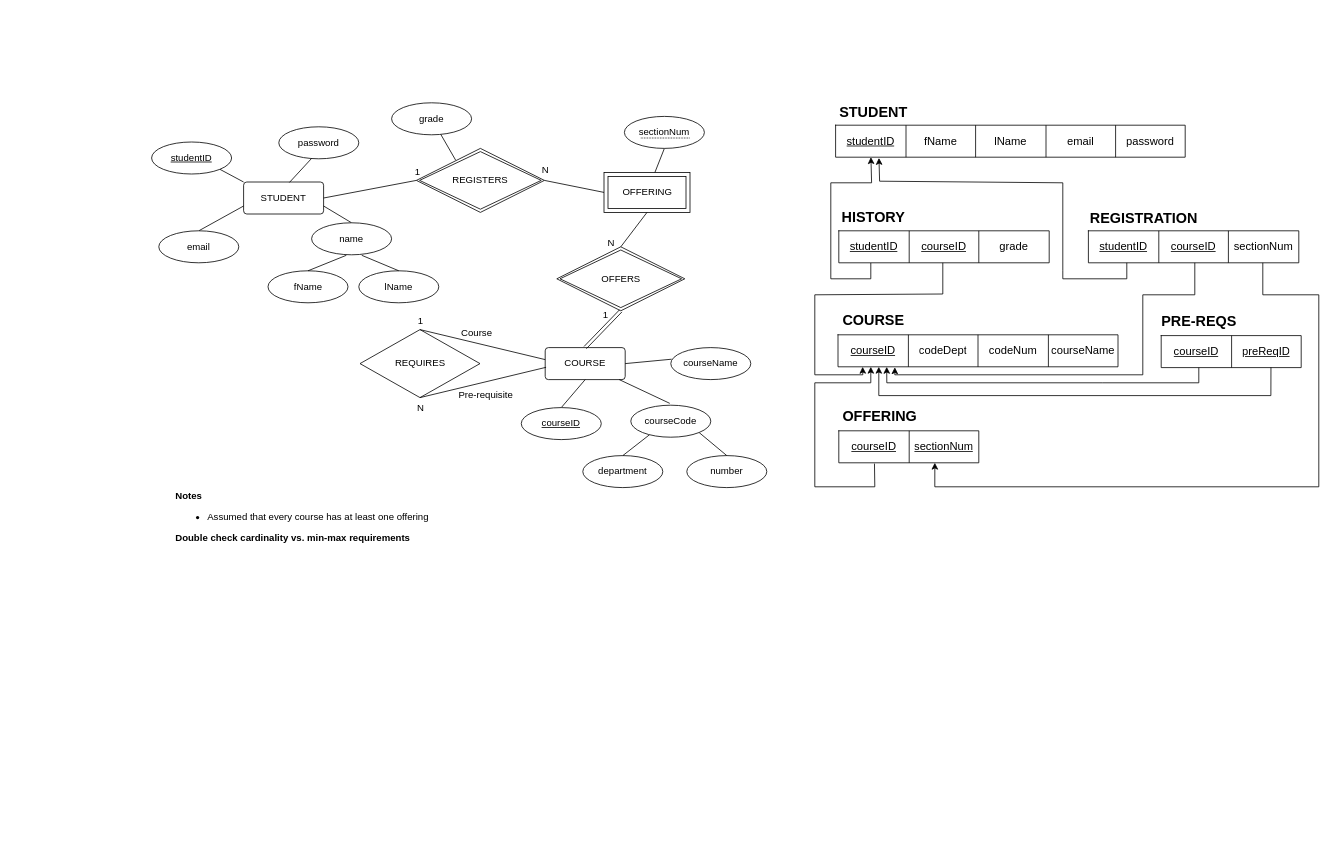
The draw.io diagram db_diagrams/eer_and_schema_relations.drawio in folkg/student-registration-app, before the edit. Source tidied: cells renumbered, new cells numbered last; positions are measured from the earlier drawing's top-left corner, leaving out a move shared by most shapes. Both pictures are drawn from the tidied source at 80%, with x=0, y=0 at pixel (151, 94).
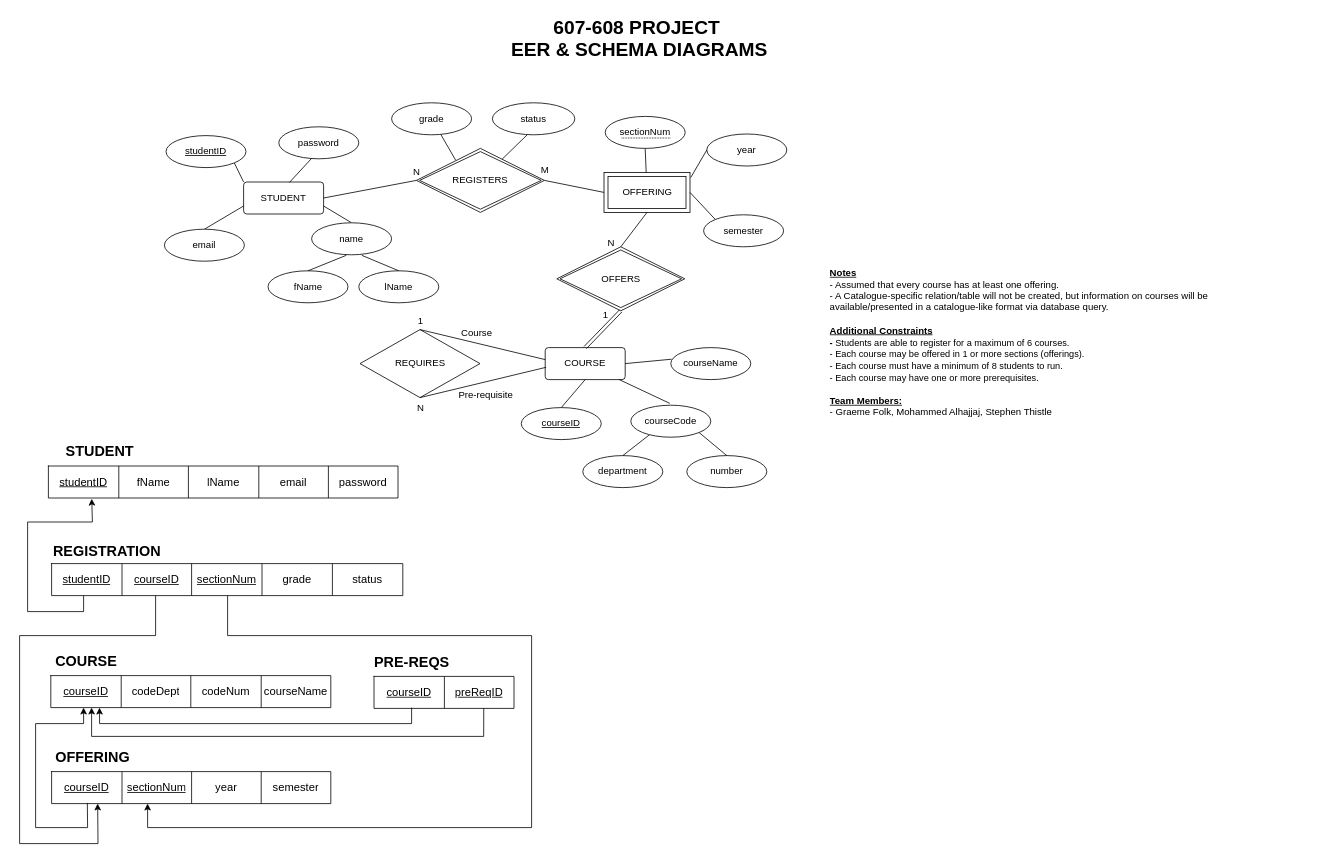
The same diagram, later.

Commit message (it also covers changes not shown here):
added updated eer and schema diagrams

The change refers to these unchanged cells:
```xml
<mxCell id="16" value="OFFERING" style="shape=ext;margin=3;double=1;whiteSpace=wrap;html=1;align=center;" parent="1" vertex="1">
  <mxGeometry x="565.5" y="97" width="107.5" height="50" as="geometry" />
</mxCell>
<mxCell id="35" value="REGISTERS" style="shape=rhombus;double=1;perimeter=rhombusPerimeter;whiteSpace=wrap;html=1;align=center;" parent="1" vertex="1">
  <mxGeometry x="331" y="67" width="160" height="80" as="geometry" />
</mxCell>
<mxCell id="44" style="shape=tableRow;horizontal=0;startSize=0;swimlaneHead=0;swimlaneBody=0;top=0;left=0;bottom=0;right=0;fillColor=none;points=[[0,0.5],[1,0.5]];portConstraint=eastwest;fontSize=14;" parent="43" vertex="1">
  <mxGeometry width="437" height="40" as="geometry" />
</mxCell>
<mxCell id="69" style="shape=tableRow;horizontal=0;startSize=0;swimlaneHead=0;swimlaneBody=0;top=0;left=0;bottom=0;right=0;fillColor=none;points=[[0,0.5],[1,0.5]];portConstraint=eastwest;fontSize=14;" parent="68" vertex="1">
  <mxGeometry width="350" height="40" as="geometry" />
</mxCell>
<mxCell id="86" style="shape=tableRow;horizontal=0;startSize=0;swimlaneHead=0;swimlaneBody=0;top=0;left=0;bottom=0;right=0;fillColor=none;points=[[0,0.5],[1,0.5]];portConstraint=eastwest;fontSize=14;" parent="85" vertex="1">
  <mxGeometry width="175" height="40" as="geometry" />
</mxCell>
```

Change to the diagram source:
```diff
@@
-    <mxCell id="2" value="&lt;div&gt;&lt;b&gt;Notes&lt;/b&gt;&lt;/div&gt;&lt;ul&gt;&lt;li&gt;Assumed that every course has at least one offering&lt;/li&gt;&lt;/ul&gt;&lt;div&gt;&lt;b&gt;Double&amp;nbsp;check cardinality vs. min-max requirements&lt;/b&gt;&lt;/div&gt;&lt;div&gt;&lt;br&gt;&lt;/div&gt;&lt;div&gt;&lt;br&gt;&lt;/div&gt;" style="text;strokeColor=none;fillColor=none;html=1;whiteSpace=wrap;verticalAlign=middle;overflow=hidden;" parent="1" vertex="1">
-      <mxGeometry x="28" y="487" width="540" height="110" as="geometry" />
+    <mxCell id="2" value="&lt;div&gt;&lt;b&gt;&lt;u&gt;Notes&lt;/u&gt;&lt;/b&gt;&lt;/div&gt;&lt;div&gt;- Assumed that every course has at least one offering.&lt;/div&gt;&lt;div&gt;- A Catalogue-specific relation/table will not be created, but information on courses will be available/presented in a catal&lt;span style=&quot;white-space: pre;&quot;&gt;ogue-like format via database query.&lt;/span&gt;&lt;/div&gt;&lt;div&gt;&lt;br&gt;&lt;/div&gt;&lt;div&gt;&lt;b&gt;&lt;u&gt;Additional Constraints&lt;/u&gt;&lt;/b&gt;&lt;/div&gt;&lt;div&gt;&lt;span style=&quot;font-size: 11.5px;&quot;&gt;&lt;b&gt;-&amp;nbsp;&lt;/b&gt;Students are able to register for a maximum of 6 courses.&lt;/span&gt;&lt;/div&gt;&lt;div&gt;&lt;span style=&quot;font-size: 11.5px;&quot;&gt;- Each course may be offered in 1 or more sections (offerings).&lt;/span&gt;&lt;/div&gt;&lt;div&gt;&lt;span style=&quot;font-size: 11.5px;&quot;&gt;- Each course must have a minimum of 8 students to run.&lt;/span&gt;&lt;/div&gt;&lt;div&gt;&lt;span style=&quot;font-size: 11.5px;&quot;&gt;- Each course may have one or more prerequisites.&amp;nbsp;&lt;/span&gt;&lt;/div&gt;&lt;div&gt;&lt;br&gt;&lt;/div&gt;&lt;div&gt;&lt;b&gt;&lt;u&gt;Team Members:&lt;/u&gt;&lt;/b&gt;&lt;/div&gt;&lt;div&gt;- Graeme Folk, Mohammed Alhajjaj, Stephen Thistle&lt;/div&gt;" style="text;strokeColor=none;fillColor=none;html=1;whiteSpace=wrap;verticalAlign=middle;overflow=hidden;" parent="1" vertex="1">
+      <mxGeometry x="846" y="200" width="512.5" height="220" as="geometry" />
     </mxCell>
@@
     <mxCell id="9" value="&lt;u&gt;studentID&lt;/u&gt;" style="ellipse;whiteSpace=wrap;html=1;align=center;" parent="1" vertex="1">
-      <mxGeometry y="59" width="100" height="40" as="geometry" />
+      <mxGeometry x="18" y="51" width="100" height="40" as="geometry" />
     </mxCell>
@@
     <mxCell id="11" value="email" style="ellipse;whiteSpace=wrap;html=1;align=center;" parent="1" vertex="1">
-      <mxGeometry x="9" y="170" width="100" height="40" as="geometry" />
+      <mxGeometry x="16" y="168" width="100" height="40" as="geometry" />
     </mxCell>
@@
-    <mxCell id="17" value="N" style="html=1;align=right;verticalAlign=bottom;" parent="1" vertex="1">
+    <mxCell id="17" value="M" style="html=1;align=right;verticalAlign=bottom;" parent="1" vertex="1">
       <mxGeometry x="497.1" y="102" as="geometry" />
     </mxCell>
-    <mxCell id="18" value="1" style="html=1;align=right;verticalAlign=bottom;" parent="1" vertex="1">
+    <mxCell id="18" value="N" style="html=1;align=right;verticalAlign=bottom;" parent="1" vertex="1">
       <mxGeometry x="336.6" y="97" as="geometry">
         <mxPoint x="-1" y="8" as="offset" />
       </mxGeometry>
     </mxCell>
@@
     <mxCell id="27" value="&lt;span style=&quot;border-bottom: 1px dotted&quot;&gt;sectionNum&lt;/span&gt;" style="ellipse;whiteSpace=wrap;html=1;align=center;" parent="1" vertex="1">
-      <mxGeometry x="591" y="27" width="100" height="40" as="geometry" />
+      <mxGeometry x="567" y="27" width="100" height="40" as="geometry" />
     </mxCell>
@@
     <mxCell id="43" style="shape=table;startSize=0;childLayout=tableLayout;fontSize=14;" parent="1" vertex="1">
-      <mxGeometry x="855" y="38" width="437" height="40" as="geometry" />
+      <mxGeometry x="-129" y="464" width="437" height="40" as="geometry" />
     </mxCell>
@@
     <mxCell id="50" value="&lt;font style=&quot;font-size: 18px;&quot;&gt;STUDENT&lt;/font&gt;" style="text;strokeColor=none;fillColor=none;html=1;fontSize=24;fontStyle=1;verticalAlign=middle;align=center;" parent="1" vertex="1">
-      <mxGeometry x="852" width="100" height="40" as="geometry" />
+      <mxGeometry x="-115" y="424" width="100" height="40" as="geometry" />
     </mxCell>
@@
     <mxCell id="55" style="shape=table;startSize=0;childLayout=tableLayout;fontSize=14;" parent="1" vertex="1">
-      <mxGeometry x="1171" y="170" width="263" height="40" as="geometry" />
+      <mxGeometry x="-125" y="586" width="439" height="40" as="geometry" />
     </mxCell>
     <mxCell id="56" style="shape=tableRow;horizontal=0;startSize=0;swimlaneHead=0;swimlaneBody=0;top=0;left=0;bottom=0;right=0;fillColor=none;fontSize=14;" parent="55" vertex="1">
-      <mxGeometry width="263" height="40" as="geometry" />
+      <mxGeometry width="439" height="40" as="geometry" />
     </mxCell>
@@
-    <mxCell id="59" value="sectionNum" style="shape=partialRectangle;html=1;whiteSpace=wrap;overflow=hidden;fillColor=none;top=0;left=0;bottom=0;right=0;fontSize=14;" parent="56" vertex="1">
+    <mxCell id="59" value="&lt;u&gt;sectionNum&lt;/u&gt;" style="shape=partialRectangle;html=1;whiteSpace=wrap;overflow=hidden;fillColor=none;top=0;left=0;bottom=0;right=0;fontSize=14;" parent="56" vertex="1">
       <mxGeometry x="175" width="88" height="40" as="geometry" />
     </mxCell>
-    <mxCell id="60" style="endArrow=classic;html=1;rounded=0;fontSize=18;entryX=0.174;entryY=1.002;entryDx=0;entryDy=0;entryPerimeter=0;" parent="55" edge="1" target="69">
-      <mxGeometry relative="1" as="geometry">
-        <mxPoint x="138" y="170" as="sourcePoint" />
-        <Array as="points">
-          <mxPoint x="138" y="190" />
-          <mxPoint x="18" y="190" />
-          <mxPoint x="-252" y="190" />
-        </Array>
-      </mxGeometry>
-    </mxCell>
+    <mxCell id="83" value="grade" style="shape=partialRectangle;html=1;whiteSpace=wrap;overflow=hidden;fillColor=none;top=0;left=0;bottom=0;right=0;fontSize=14;" parent="56" vertex="1">
+      <mxGeometry x="263" width="88" height="40" as="geometry" />
+    </mxCell>
+    <mxCell id="94" value="status" style="shape=partialRectangle;html=1;whiteSpace=wrap;overflow=hidden;fillColor=none;top=0;left=0;bottom=0;right=0;fontSize=14;" parent="56" vertex="1">
+      <mxGeometry x="351" width="88" height="40" as="geometry" />
+    </mxCell>
     <mxCell id="61" value="&lt;font size=&quot;4&quot;&gt;REGISTRATION&lt;/font&gt;" style="text;strokeColor=none;fillColor=none;html=1;fontSize=24;fontStyle=1;verticalAlign=middle;align=center;" parent="1" vertex="1">
-      <mxGeometry x="1190" y="133" width="100" height="40" as="geometry" />
+      <mxGeometry x="-106" y="549" width="100" height="40" as="geometry" />
     </mxCell>
     <mxCell id="62" style="shape=table;startSize=0;childLayout=tableLayout;fontSize=14;" parent="1" vertex="1">
-      <mxGeometry x="859" y="420" width="175" height="40" as="geometry" />
+      <mxGeometry x="-125" y="846" width="349" height="40" as="geometry" />
     </mxCell>
     <mxCell id="63" style="shape=tableRow;horizontal=0;startSize=0;swimlaneHead=0;swimlaneBody=0;top=0;left=0;bottom=0;right=0;fillColor=none;points=[[0,0.5],[1,0.5]];portConstraint=eastwest;fontSize=14;" parent="62" vertex="1">
-      <mxGeometry width="175" height="40" as="geometry" />
+      <mxGeometry width="349" height="40" as="geometry" />
     </mxCell>
@@
+    <mxCell id="95" value="year" style="shape=partialRectangle;html=1;whiteSpace=wrap;overflow=hidden;fillColor=none;top=0;left=0;bottom=0;right=0;fontSize=14;" parent="63" vertex="1">
+      <mxGeometry x="175" width="87" height="40" as="geometry" />
+    </mxCell>
+    <mxCell id="96" value="semester" style="shape=partialRectangle;html=1;whiteSpace=wrap;overflow=hidden;fillColor=none;top=0;left=0;bottom=0;right=0;fontSize=14;" parent="63" vertex="1">
+      <mxGeometry x="262" width="87" height="40" as="geometry" />
+    </mxCell>
     <mxCell id="66" value="&lt;font size=&quot;4&quot;&gt;OFFERING&lt;/font&gt;" style="text;strokeColor=none;fillColor=none;html=1;fontSize=24;fontStyle=1;verticalAlign=middle;align=center;" parent="1" vertex="1">
-      <mxGeometry x="860" y="380" width="100" height="40" as="geometry" />
+      <mxGeometry x="-124" y="806" width="100" height="40" as="geometry" />
     </mxCell>
-    <mxCell id="67" style="endArrow=classic;html=1;rounded=0;fontSize=18;entryX=0.101;entryY=0.999;entryDx=0;entryDy=0;entryPerimeter=0;" parent="1" edge="1" target="44">
-      <mxGeometry relative="1" as="geometry">
-        <mxPoint x="899" y="210" as="sourcePoint" />
-        <Array as="points">
-          <mxPoint x="899" y="210" />
-          <mxPoint x="899" y="230" />
-          <mxPoint x="849" y="230" />
-          <mxPoint x="849" y="110" />
-          <mxPoint x="900" y="110" />
-        </Array>
-      </mxGeometry>
-    </mxCell>
     <mxCell id="68" style="shape=table;startSize=0;childLayout=tableLayout;fontSize=14;" parent="1" vertex="1">
-      <mxGeometry x="858" y="300" width="350" height="40" as="geometry" />
+      <mxGeometry x="-126" y="726" width="350" height="40" as="geometry" />
     </mxCell>
@@
     <mxCell id="74" value="&lt;font size=&quot;4&quot;&gt;COURSE&lt;/font&gt;" style="text;strokeColor=none;fillColor=none;html=1;fontSize=24;fontStyle=1;verticalAlign=middle;align=center;" parent="1" vertex="1">
-      <mxGeometry x="852" y="260" width="100" height="40" as="geometry" />
+      <mxGeometry x="-132" y="686" width="100" height="40" as="geometry" />
     </mxCell>
-    <mxCell id="75" style="endArrow=classic;html=1;rounded=0;fontSize=18;exitX=0.113;exitY=1.002;exitDx=0;exitDy=0;exitPerimeter=0;" parent="1" edge="1">
+    <mxCell id="75" style="endArrow=classic;html=1;rounded=0;fontSize=18;exitX=0.128;exitY=0.978;exitDx=0;exitDy=0;exitPerimeter=0;" parent="1" edge="1" source="63">
       <mxGeometry relative="1" as="geometry">
-        <mxPoint x="903.6" y="461" as="sourcePoint" />
-        <mxPoint x="899" y="340" as="targetPoint" />
+        <mxPoint x="-85" y="766" as="targetPoint" />
         <Array as="points">
-          <mxPoint x="904" y="490" />
-          <mxPoint x="829" y="490" />
-          <mxPoint x="829" y="360" />
-          <mxPoint x="899" y="360" />
+          <mxPoint x="-80" y="916" />
+          <mxPoint x="-145" y="916" />
+          <mxPoint x="-145" y="786" />
+          <mxPoint x="-85" y="786" />
         </Array>
       </mxGeometry>
     </mxCell>
-    <mxCell id="76" style="endArrow=classic;html=1;rounded=0;fontSize=18;entryX=0.686;entryY=0.999;entryDx=0;entryDy=0;entryPerimeter=0;" parent="1" edge="1" target="63">
+    <mxCell id="76" style="endArrow=classic;html=1;rounded=0;fontSize=18;" parent="1" edge="1">
       <mxGeometry relative="1" as="geometry">
-        <mxPoint x="1389" y="210" as="sourcePoint" />
+        <mxPoint x="95" y="626" as="sourcePoint" />
+        <mxPoint x="-5" y="886" as="targetPoint" />
         <Array as="points">
-          <mxPoint x="1389" y="250" />
-          <mxPoint x="1459" y="250" />
-          <mxPoint x="1459" y="490" />
-          <mxPoint x="979" y="490" />
+          <mxPoint x="95" y="676" />
+          <mxPoint x="475" y="676" />
+          <mxPoint x="475" y="916" />
+          <mxPoint x="-5" y="916" />
         </Array>
       </mxGeometry>
     </mxCell>
@@
-    <mxCell id="79" style="shape=table;startSize=0;childLayout=tableLayout;fontSize=14;" parent="1" vertex="1">
-      <mxGeometry x="859" y="170" width="263" height="40" as="geometry" />
-    </mxCell>
-    <mxCell id="80" style="shape=tableRow;horizontal=0;startSize=0;swimlaneHead=0;swimlaneBody=0;top=0;left=0;bottom=0;right=0;fillColor=none;fontSize=14;" parent="79" vertex="1">
-      <mxGeometry width="263" height="40" as="geometry" />
-    </mxCell>
-    <mxCell id="81" value="&lt;u&gt;studentID&lt;/u&gt;" style="shape=partialRectangle;html=1;whiteSpace=wrap;overflow=hidden;fillColor=none;top=0;left=0;bottom=0;right=0;fontSize=14;" parent="80" vertex="1">
-      <mxGeometry width="88" height="40" as="geometry" />
-    </mxCell>
-    <mxCell id="82" value="&lt;u&gt;courseID&lt;/u&gt;" style="shape=partialRectangle;html=1;whiteSpace=wrap;overflow=hidden;fillColor=none;top=0;left=0;bottom=0;right=0;fontSize=14;" parent="80" vertex="1">
-      <mxGeometry x="88" width="87" height="40" as="geometry" />
-    </mxCell>
-    <mxCell id="83" value="grade" style="shape=partialRectangle;html=1;whiteSpace=wrap;overflow=hidden;fillColor=none;top=0;left=0;bottom=0;right=0;fontSize=14;" parent="80" vertex="1">
-      <mxGeometry x="175" width="88" height="40" as="geometry" />
-    </mxCell>
-    <mxCell id="84" value="&lt;font size=&quot;4&quot;&gt;HISTORY&lt;/font&gt;" style="text;strokeColor=none;fillColor=none;html=1;fontSize=24;fontStyle=1;verticalAlign=middle;align=center;" parent="1" vertex="1">
-      <mxGeometry x="852" y="132" width="100" height="40" as="geometry" />
-    </mxCell>
     <mxCell id="85" style="shape=table;startSize=0;childLayout=tableLayout;fontSize=14;" parent="1" vertex="1">
-      <mxGeometry x="1262" y="301" width="175" height="40" as="geometry" />
+      <mxGeometry x="278" y="727" width="175" height="40" as="geometry" />
     </mxCell>
@@
     <mxCell id="89" value="&lt;font size=&quot;4&quot;&gt;PRE-&lt;span style=&quot;white-space: pre;&quot;&gt;REQS&lt;/span&gt;&lt;/font&gt;" style="text;strokeColor=none;fillColor=none;html=1;fontSize=24;fontStyle=1;verticalAlign=middle;align=center;" parent="1" vertex="1">
-      <mxGeometry x="1259" y="262" width="100" height="40" as="geometry" />
+      <mxGeometry x="275" y="688" width="100" height="40" as="geometry" />
     </mxCell>
     <mxCell id="90" style="endArrow=classic;html=1;rounded=0;fontSize=18;entryX=0.124;entryY=1.024;entryDx=0;entryDy=0;entryPerimeter=0;" parent="1" edge="1" target="44">
       <mxGeometry relative="1" as="geometry">
-        <mxPoint x="1219" y="210" as="sourcePoint" />
+        <mxPoint x="-85" y="626" as="sourcePoint" />
         <Array as="points">
-          <mxPoint x="1219" y="210" />
-          <mxPoint x="1219" y="230" />
-          <mxPoint x="1139" y="230" />
-          <mxPoint x="1139" y="220" />
-          <mxPoint x="1139" y="110" />
-          <mxPoint x="910" y="108" />
+          <mxPoint x="-85" y="646" />
+          <mxPoint x="-155" y="646" />
+          <mxPoint x="-155" y="534" />
+          <mxPoint x="-74" y="534" />
         </Array>
       </mxGeometry>
     </mxCell>
     <mxCell id="91" style="endArrow=classic;html=1;rounded=0;fontSize=18;exitX=0.784;exitY=0.993;exitDx=0;exitDy=0;exitPerimeter=0;" parent="1" edge="1" source="86">
       <mxGeometry relative="1" as="geometry">
-        <mxPoint x="909" y="340" as="targetPoint" />
+        <mxPoint x="-75" y="766" as="targetPoint" />
         <Array as="points">
-          <mxPoint x="1399.1" y="376" />
-          <mxPoint x="909" y="376" />
+          <mxPoint x="415.1" y="802" />
+          <mxPoint x="-75" y="802" />
         </Array>
       </mxGeometry>
     </mxCell>
-    <mxCell id="92" style="endArrow=classic;html=1;rounded=0;fontSize=18;entryX=0.088;entryY=1.001;entryDx=0;entryDy=0;entryPerimeter=0;" parent="1" edge="1" target="69">
-      <mxGeometry relative="1" as="geometry">
-        <mxPoint x="989" y="210" as="sourcePoint" />
-        <Array as="points">
-          <mxPoint x="989" y="210" />
-          <mxPoint x="989" y="249" />
-          <mxPoint x="829" y="250" />
-          <mxPoint x="829" y="350" />
-          <mxPoint x="889" y="350" />
-        </Array>
-      </mxGeometry>
-    </mxCell>
-    <mxCell id="93" style="endArrow=classic;html=1;rounded=0;fontSize=18;entryX=0.203;entryY=1.015;entryDx=0;entryDy=0;entryPerimeter=0;" parent="1" edge="1" target="69">
+    <mxCell id="93" style="endArrow=classic;html=1;rounded=0;fontSize=18;entryX=0.165;entryY=0.999;entryDx=0;entryDy=0;entryPerimeter=0;" parent="1" edge="1" target="63">
       <mxGeometry relative="1" as="geometry">
-        <mxPoint x="1304" y="210" as="sourcePoint" />
+        <mxPoint x="5" y="626" as="sourcePoint" />
         <Array as="points">
-          <mxPoint x="1304" y="210" />
-          <mxPoint x="1304" y="250" />
-          <mxPoint x="1239" y="250" />
-          <mxPoint x="1239" y="350" />
-          <mxPoint x="929" y="350" />
+          <mxPoint x="5" y="676" />
+          <mxPoint x="-165" y="676" />
+          <mxPoint x="-165" y="936" />
+          <mxPoint x="-67" y="936" />
         </Array>
       </mxGeometry>
     </mxCell>
+    <mxCell id="97" value="year" style="ellipse;whiteSpace=wrap;html=1;align=center;" parent="1" vertex="1">
+      <mxGeometry x="694" y="49" width="100" height="40" as="geometry" />
+    </mxCell>
+    <mxCell id="98" value="semester" style="ellipse;whiteSpace=wrap;html=1;align=center;" parent="1" vertex="1">
+      <mxGeometry x="690" y="150" width="100" height="40" as="geometry" />
+    </mxCell>
+    <mxCell id="99" value="status" style="ellipse;whiteSpace=wrap;html=1;align=center;" parent="1" vertex="1">
+      <mxGeometry x="426" y="10" width="103" height="40" as="geometry" />
+    </mxCell>
+    <mxCell id="100" style="endArrow=none;html=1;rounded=0;exitX=0.422;exitY=1;exitDx=0;exitDy=0;exitPerimeter=0;" parent="1" edge="1" source="99" target="35">
+      <mxGeometry relative="1" as="geometry" />
+    </mxCell>
+    <mxCell id="101" style="endArrow=none;html=1;rounded=0;exitX=0;exitY=0.5;exitDx=0;exitDy=0;entryX=1.009;entryY=0.127;entryDx=0;entryDy=0;entryPerimeter=0;" parent="1" edge="1" source="97" target="16">
+      <mxGeometry relative="1" as="geometry" />
+    </mxCell>
+    <mxCell id="102" style="endArrow=none;html=1;rounded=0;exitX=0;exitY=0;exitDx=0;exitDy=0;entryX=1;entryY=0.5;entryDx=0;entryDy=0;" parent="1" edge="1" source="98" target="16">
+      <mxGeometry relative="1" as="geometry" />
+    </mxCell>
+    <mxCell id="60" style="endArrow=classic;html=1;rounded=0;fontSize=18;entryX=0.174;entryY=1.002;entryDx=0;entryDy=0;entryPerimeter=0;" parent="1" edge="1" target="69">
+      <mxGeometry relative="1" as="geometry">
+        <mxPoint x="325" y="766" as="sourcePoint" />
+        <Array as="points">
+          <mxPoint x="325" y="786" />
+          <mxPoint x="-65" y="786" />
+        </Array>
+      </mxGeometry>
+    </mxCell>
+    <mxCell id="103" value="&lt;div&gt;&lt;b&gt;&lt;font style=&quot;font-size: 24px;&quot;&gt;607-608 PROJECT&amp;nbsp;&lt;/font&gt;&lt;/b&gt;&lt;/div&gt;&lt;div&gt;&lt;b&gt;&lt;font style=&quot;font-size: 24px;&quot;&gt;EER &amp;amp; SCHEMA DIAGRAMS&lt;/font&gt;&lt;/b&gt;&lt;/div&gt;" style="text;strokeColor=none;fillColor=none;html=1;whiteSpace=wrap;verticalAlign=middle;overflow=hidden;align=center;" parent="1" vertex="1">
+      <mxGeometry x="331" y="-101" width="558" height="60" as="geometry" />
+    </mxCell>
```
